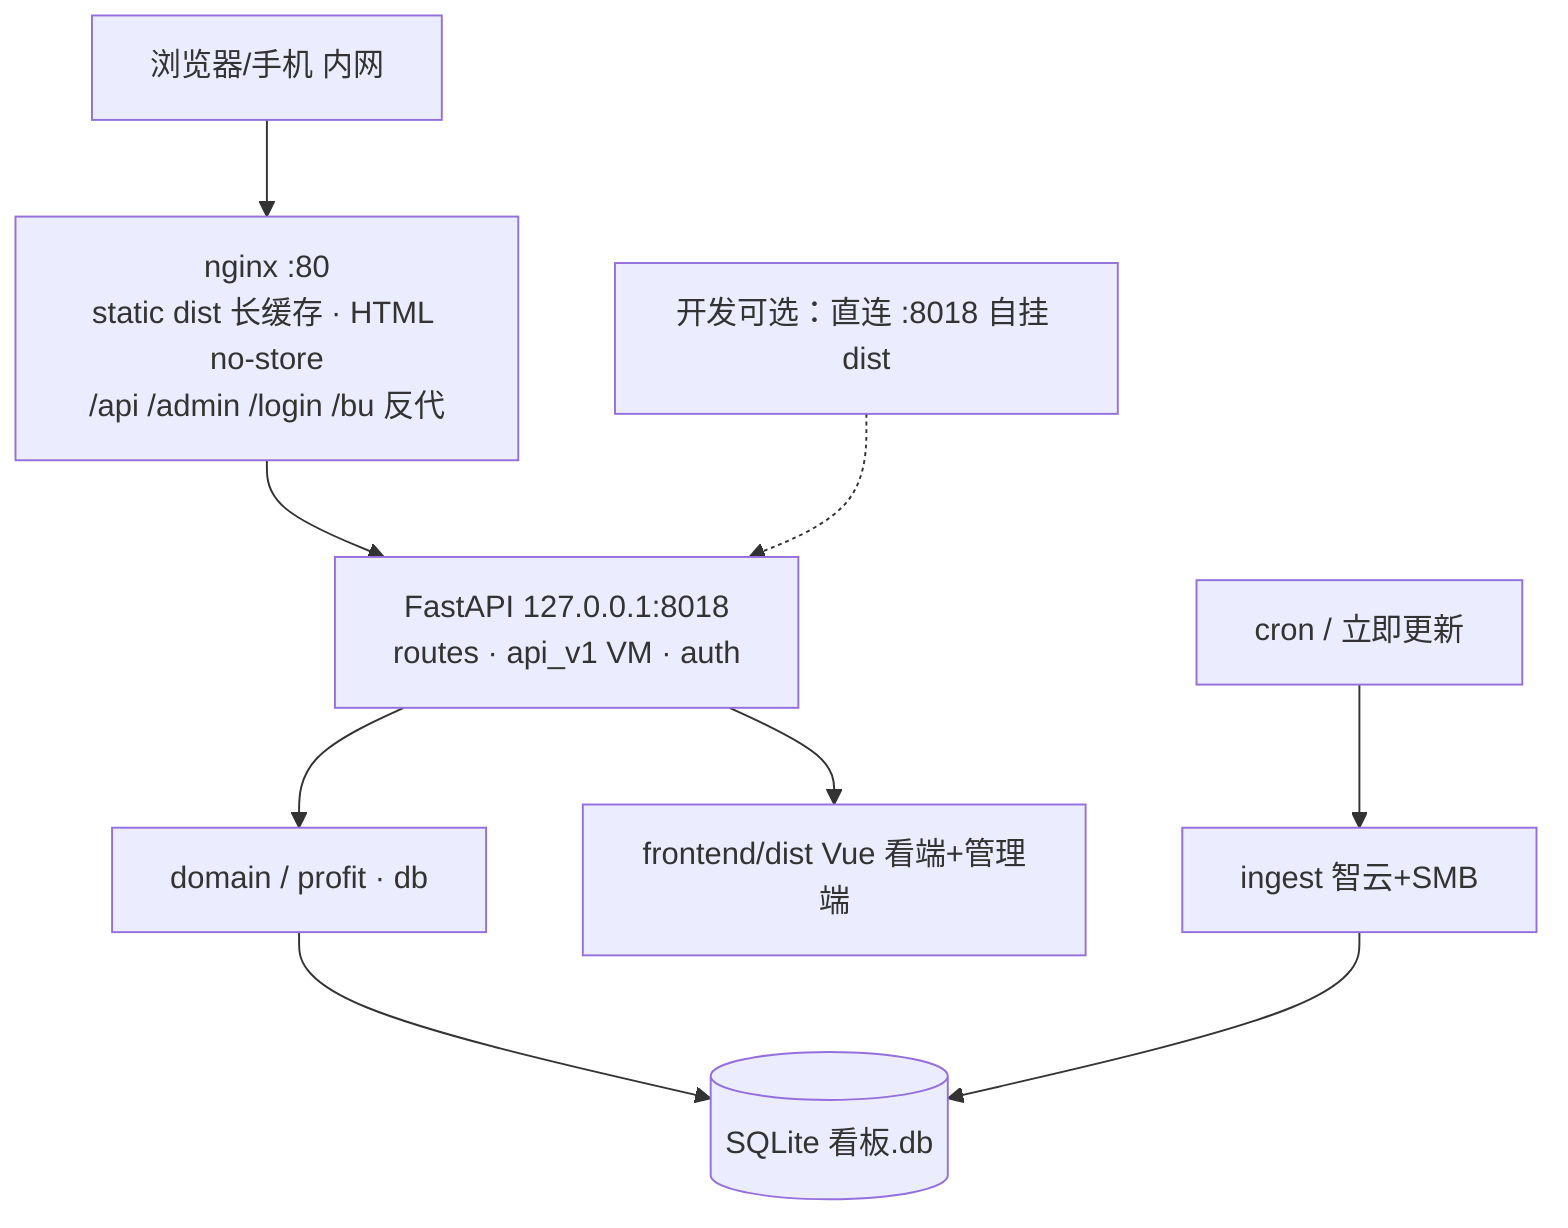
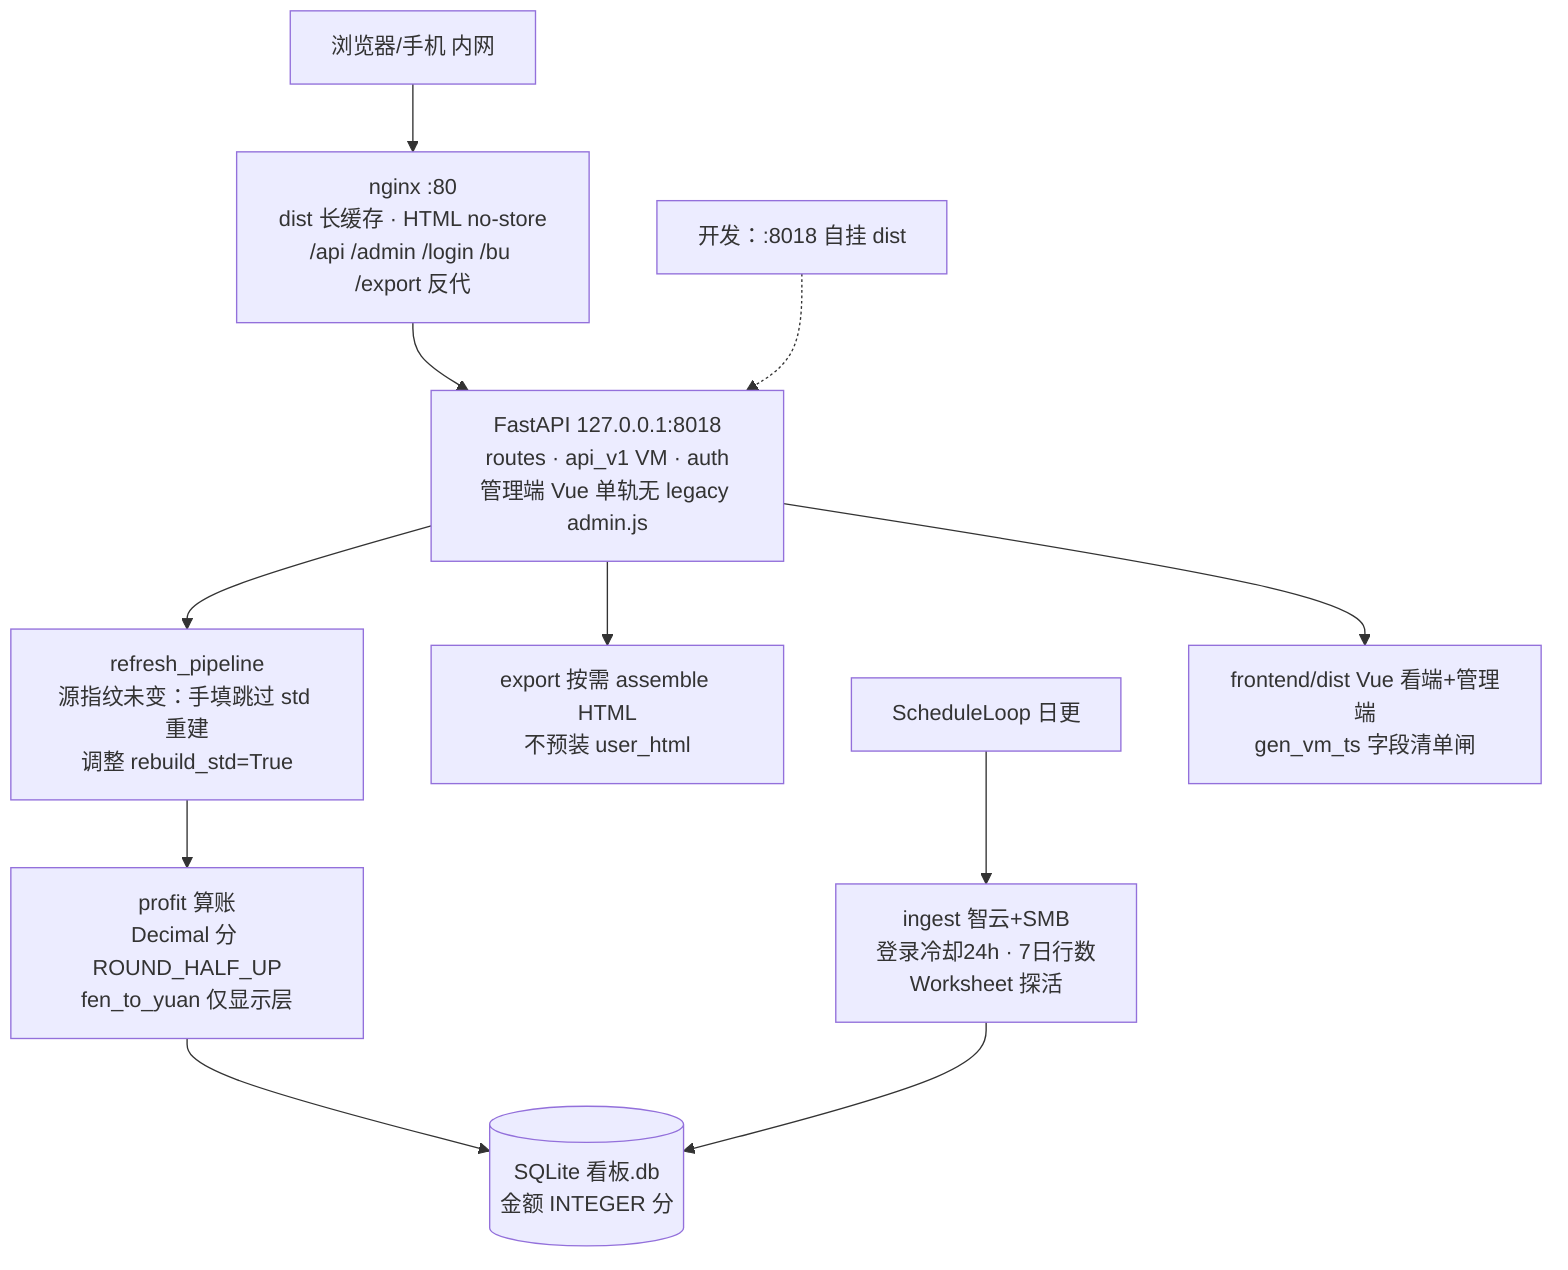
- %% 系统架构 v2.0 · nginx 生产
+ %% 系统架构 v2.2.0 · stage66 · 2026-07-21
+ %% 可见：金额分整数 · 手填增量重算 · VM gen_vm_ts · 导出按需 · 管理端 Vue 单轨
flowchart TB
  U[浏览器/手机 内网] --> NGX
-   NGX["nginx :80\nstatic dist 长缓存 · HTML no-store\n/api /admin /login /bu 反代"]
+   NGX["nginx :80<br/>dist 长缓存 · HTML no-store<br/>/api /admin /login /bu /export 反代"]
  NGX --> API
-   API["FastAPI 127.0.0.1:8018\nroutes · api_v1 VM · auth"]
-   API --> DOM["domain / profit · db"]
-   DOM --> DB[(SQLite 看板.db)]
-   ING[ingest 智云+SMB] --> DB
-   CRON[cron / 立即更新] --> ING
-   API --> DIST[frontend/dist Vue 看端+管理端]
-   DEV["开发可选：直连 :8018 自挂 dist"] -.-> API
- 
- %% stage66: admin Vue-only, export on-demand HTML, fen Decimal, incremental recompute
+   API["FastAPI 127.0.0.1:8018<br/>routes · api_v1 VM · auth<br/>管理端 Vue 单轨无 legacy admin.js"]
+   API --> RP["refresh_pipeline<br/>源指纹未变：手填跳过 std 重建<br/>调整 rebuild_std=True"]
+   API --> EXP["export 按需 assemble HTML<br/>不预装 user_html"]
+   RP --> DOM["profit 算账<br/>Decimal 分 ROUND_HALF_UP<br/>fen_to_yuan 仅显示层"]
+   DOM --> DB[(SQLite 看板.db<br/>金额 INTEGER 分)]
+   ING["ingest 智云+SMB<br/>登录冷却24h · 7日行数<br/>Worksheet 探活"] --> DB
+   LOOP[ScheduleLoop 日更] --> ING
+   API --> DIST["frontend/dist Vue 看端+管理端<br/>gen_vm_ts 字段清单闸"]
+   DEV["开发：:8018 自挂 dist"] -.-> API
